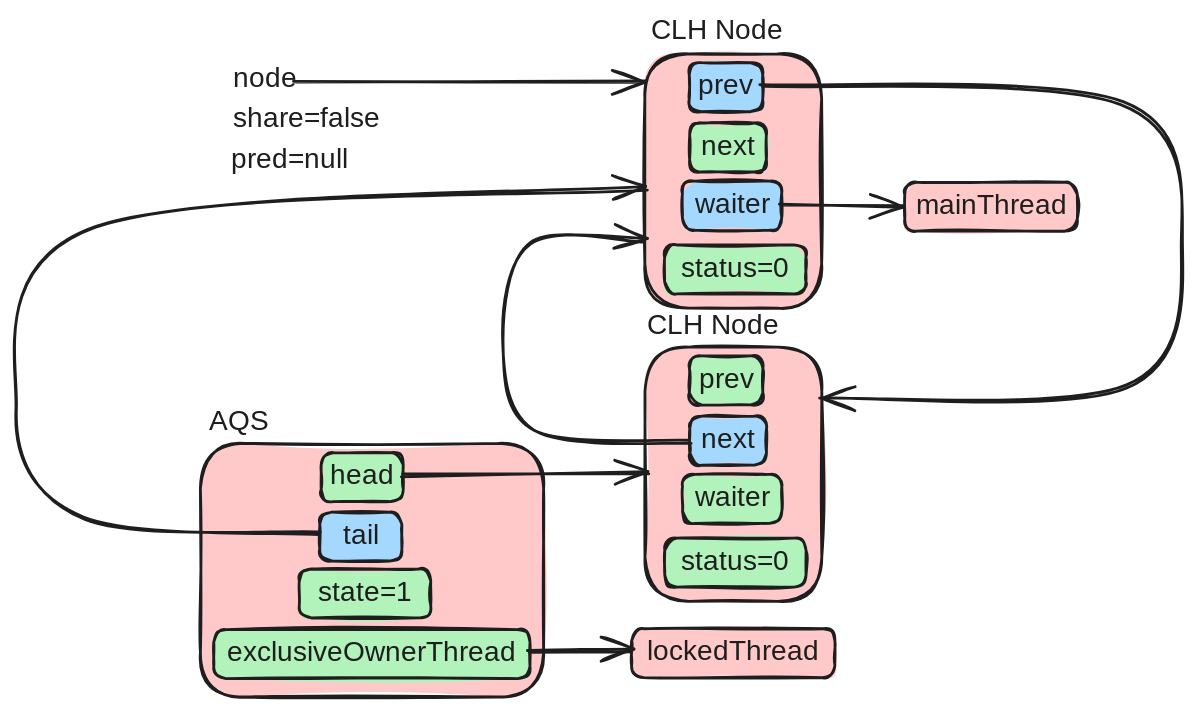
The Excalidraw diagram docs/Java/Concurrency/Sync/AQS_Multithread_LockedThread_Lock_Acquire_3.excalidraw.svg in Xianzhan/xianzhan.github.io, before a commit. Source tidied: one line per element, renumbered; positions are measured from the earlier drawing's top-left corner, leaving out a move shared by most shapes. Source of this version:
```json
{"id": 0, "type": "rectangle", "strokeColor": "#1e1e1e", "backgroundColor": "#ffc9c9", "fillStyle": "solid", "strokeWidth": 2, "roughness": 1, "round": true, "x": 132, "y": 307, "width": 245, "height": 181}
{"id": 1, "type": "rectangle", "strokeColor": "#1e1e1e", "backgroundColor": "#b2f2bb", "fillStyle": "solid", "strokeWidth": 2, "roughness": 1, "round": true, "x": 219, "y": 314, "width": 59, "height": 35}
{"id": 2, "type": "text", "text": "head", "strokeColor": "#1e1e1e", "backgroundColor": "#b2f2bb", "fillStyle": "solid", "strokeWidth": 2, "roughness": 1, "fontSize": 20, "fontFamily": 5, "textAlign": "center", "verticalAlign": "middle", "inside": 1, "x": 225, "y": 319, "width": 46, "height": 25}
{"id": 3, "type": "rectangle", "strokeColor": "#1e1e1e", "backgroundColor": "#a5d8ff", "fillStyle": "solid", "strokeWidth": 2, "roughness": 1, "round": true, "x": 218, "y": 356, "width": 59, "height": 35}
{"id": 4, "type": "text", "text": "tail", "strokeColor": "#1e1e1e", "backgroundColor": "#b2f2bb", "fillStyle": "solid", "strokeWidth": 2, "roughness": 1, "fontSize": 20, "fontFamily": 5, "textAlign": "center", "verticalAlign": "middle", "inside": 3, "x": 231, "y": 361, "width": 32, "height": 25}
{"id": 5, "type": "rectangle", "strokeColor": "#1e1e1e", "backgroundColor": "#b2f2bb", "fillStyle": "solid", "strokeWidth": 2, "roughness": 1, "round": true, "x": 203, "y": 397, "width": 94, "height": 35}
{"id": 6, "type": "text", "text": "state=1", "strokeColor": "#1e1e1e", "backgroundColor": "#b2f2bb", "fillStyle": "solid", "strokeWidth": 2, "roughness": 1, "fontSize": 20, "fontFamily": 5, "textAlign": "center", "verticalAlign": "middle", "inside": 5, "x": 213, "y": 402, "width": 75, "height": 25}
{"id": 7, "type": "rectangle", "strokeColor": "#1e1e1e", "backgroundColor": "#b2f2bb", "fillStyle": "solid", "strokeWidth": 2, "roughness": 1, "round": true, "x": 142, "y": 440, "width": 226, "height": 35}
{"id": 8, "type": "text", "text": "exclusiveOwnerThread", "strokeColor": "#1e1e1e", "backgroundColor": "#b2f2bb", "fillStyle": "solid", "strokeWidth": 2, "roughness": 1, "fontSize": 20, "fontFamily": 5, "textAlign": "center", "verticalAlign": "middle", "inside": 7, "x": 148, "y": 445, "width": 214, "height": 25}
{"id": 9, "type": "rectangle", "strokeColor": "#1e1e1e", "backgroundColor": "#ffc9c9", "fillStyle": "solid", "strokeWidth": 2, "roughness": 1, "round": true, "x": 440, "y": 439, "width": 145, "height": 35}
{"id": 10, "type": "text", "text": "lockedThread", "strokeColor": "#1e1e1e", "strokeWidth": 2, "roughness": 1, "fontSize": 20, "fontFamily": 5, "textAlign": "center", "verticalAlign": "middle", "inside": 9, "x": 448, "y": 444, "width": 131, "height": 25}
{"id": 11, "type": "arrow", "strokeColor": "#1e1e1e", "strokeWidth": 2, "roughness": 1, "endArrowhead": "arrow", "round": true, "from": 7, "to": 9, "x": 367, "y": 457, "width": 74, "height": 1, "points": [[0, 0], [74, -1]]}
{"id": 12, "type": "rectangle", "strokeColor": "#1e1e1e", "backgroundColor": "#ffc9c9", "fillStyle": "solid", "strokeWidth": 2, "roughness": 1, "round": true, "x": 450, "y": 238, "width": 126, "height": 182}
{"id": 13, "type": "rectangle", "strokeColor": "#1e1e1e", "backgroundColor": "#b2f2bb", "fillStyle": "solid", "strokeWidth": 2, "roughness": 1, "round": true, "x": 482, "y": 244, "width": 53, "height": 35}
{"id": 14, "type": "text", "text": "prev", "strokeColor": "#1e1e1e", "backgroundColor": "#ffc9c9", "fillStyle": "solid", "strokeWidth": 2, "roughness": 1, "fontSize": 20, "fontFamily": 5, "textAlign": "center", "verticalAlign": "middle", "inside": 13, "x": 488, "y": 249, "width": 40, "height": 25}
{"id": 15, "type": "rectangle", "strokeColor": "#1e1e1e", "backgroundColor": "#a5d8ff", "fillStyle": "solid", "strokeWidth": 2, "roughness": 1, "round": true, "x": 482, "y": 287, "width": 55, "height": 35}
{"id": 16, "type": "text", "text": "next", "strokeColor": "#1e1e1e", "backgroundColor": "#ffc9c9", "fillStyle": "solid", "strokeWidth": 2, "roughness": 1, "fontSize": 20, "fontFamily": 5, "textAlign": "center", "verticalAlign": "middle", "inside": 15, "x": 487, "y": 292, "width": 44, "height": 25}
{"id": 17, "type": "rectangle", "strokeColor": "#1e1e1e", "backgroundColor": "#b2f2bb", "fillStyle": "solid", "strokeWidth": 2, "roughness": 1, "round": true, "x": 477, "y": 329, "width": 71, "height": 35}
{"id": 18, "type": "text", "text": "waiter", "strokeColor": "#1e1e1e", "backgroundColor": "#ffc9c9", "fillStyle": "solid", "strokeWidth": 2, "roughness": 1, "fontSize": 20, "fontFamily": 5, "textAlign": "center", "verticalAlign": "middle", "inside": 17, "x": 482, "y": 334, "width": 60, "height": 25}
{"id": 19, "type": "rectangle", "strokeColor": "#1e1e1e", "backgroundColor": "#b2f2bb", "fillStyle": "solid", "strokeWidth": 2, "roughness": 1, "round": true, "x": 464, "y": 375, "width": 101, "height": 35}
{"id": 20, "type": "text", "text": "status=0", "strokeColor": "#1e1e1e", "backgroundColor": "#ffc9c9", "fillStyle": "solid", "strokeWidth": 2, "roughness": 1, "fontSize": 20, "fontFamily": 5, "textAlign": "center", "verticalAlign": "middle", "inside": 19, "x": 469, "y": 380, "width": 91, "height": 25}
{"id": 21, "type": "arrow", "strokeColor": "#1e1e1e", "backgroundColor": "#b2f2bb", "fillStyle": "solid", "strokeWidth": 2, "roughness": 1, "endArrowhead": "arrow", "round": true, "from": 1, "to": 12, "x": 276, "y": 330, "width": 176, "height": 2, "points": [[0, 0], [176, -2]]}
{"id": 22, "type": "text", "text": "node", "strokeColor": "#1e1e1e", "strokeWidth": 2, "roughness": 1, "fontSize": 20, "fontFamily": 5, "x": 155, "y": 35, "width": 45, "height": 25}
{"id": 23, "type": "text", "text": "share=false", "strokeColor": "#1e1e1e", "strokeWidth": 2, "roughness": 1, "fontSize": 20, "fontFamily": 5, "x": 155, "y": 63, "width": 111, "height": 25}
{"id": 24, "type": "rectangle", "strokeColor": "#1e1e1e", "backgroundColor": "#ffc9c9", "fillStyle": "solid", "strokeWidth": 2, "roughness": 1, "round": true, "x": 450, "y": 28, "width": 126, "height": 182}
{"id": 25, "type": "rectangle", "strokeColor": "#1e1e1e", "backgroundColor": "#a5d8ff", "fillStyle": "solid", "strokeWidth": 2, "roughness": 1, "round": true, "x": 482, "y": 35, "width": 53, "height": 35}
{"id": 26, "type": "text", "text": "prev", "strokeColor": "#1e1e1e", "backgroundColor": "#ffc9c9", "fillStyle": "solid", "strokeWidth": 2, "roughness": 1, "fontSize": 20, "fontFamily": 5, "textAlign": "center", "verticalAlign": "middle", "inside": 25, "x": 488, "y": 40, "width": 40, "height": 25}
{"id": 27, "type": "rectangle", "strokeColor": "#1e1e1e", "backgroundColor": "#b2f2bb", "fillStyle": "solid", "strokeWidth": 2, "roughness": 1, "round": true, "x": 482, "y": 78, "width": 55, "height": 35}
{"id": 28, "type": "text", "text": "next", "strokeColor": "#1e1e1e", "backgroundColor": "#ffc9c9", "fillStyle": "solid", "strokeWidth": 2, "roughness": 1, "fontSize": 20, "fontFamily": 5, "textAlign": "center", "verticalAlign": "middle", "inside": 27, "x": 487, "y": 83, "width": 44, "height": 25}
{"id": 29, "type": "rectangle", "strokeColor": "#1e1e1e", "backgroundColor": "#a5d8ff", "fillStyle": "solid", "strokeWidth": 2, "roughness": 1, "round": true, "x": 477, "y": 119, "width": 71, "height": 35}
{"id": 30, "type": "text", "text": "waiter", "strokeColor": "#1e1e1e", "backgroundColor": "#ffc9c9", "fillStyle": "solid", "strokeWidth": 2, "roughness": 1, "fontSize": 20, "fontFamily": 5, "textAlign": "center", "verticalAlign": "middle", "inside": 29, "x": 482, "y": 124, "width": 60, "height": 25}
{"id": 31, "type": "rectangle", "strokeColor": "#1e1e1e", "backgroundColor": "#b2f2bb", "fillStyle": "solid", "strokeWidth": 2, "roughness": 1, "round": true, "x": 464, "y": 165, "width": 101, "height": 35}
{"id": 32, "type": "text", "text": "status=0", "strokeColor": "#1e1e1e", "backgroundColor": "#ffc9c9", "fillStyle": "solid", "strokeWidth": 2, "roughness": 1, "fontSize": 20, "fontFamily": 5, "textAlign": "center", "verticalAlign": "middle", "inside": 31, "x": 469, "y": 170, "width": 91, "height": 25}
{"id": 33, "type": "arrow", "strokeColor": "#1e1e1e", "backgroundColor": "#a5d8ff", "fillStyle": "solid", "strokeWidth": 2, "roughness": 1, "endArrowhead": "arrow", "round": true, "from": 22, "to": 24, "x": 200, "y": 48, "width": 251, "height": 1, "points": [[0, 0], [251, 1]]}
{"id": 34, "type": "text", "text": "pred=null", "strokeColor": "#1e1e1e", "strokeWidth": 2, "roughness": 1, "fontSize": 20, "fontFamily": 5, "x": 154, "y": 92, "width": 83, "height": 25}
{"id": 35, "type": "rectangle", "strokeColor": "#1e1e1e", "backgroundColor": "#ffc9c9", "fillStyle": "solid", "strokeWidth": 2, "roughness": 1, "round": true, "x": 636, "y": 120, "width": 123, "height": 35}
{"id": 36, "type": "text", "text": "mainThread", "strokeColor": "#1e1e1e", "strokeWidth": 2, "roughness": 1, "fontSize": 20, "fontFamily": 5, "textAlign": "center", "verticalAlign": "middle", "inside": 35, "x": 642, "y": 125, "width": 111, "height": 25}
{"id": 37, "type": "arrow", "strokeColor": "#1e1e1e", "backgroundColor": "#ffc9c9", "fillStyle": "solid", "strokeWidth": 2, "roughness": 1, "endArrowhead": "arrow", "round": true, "from": 29, "to": 35, "x": 548, "y": 136, "width": 88, "height": 2, "points": [[0, 0], [88, 2]]}
{"id": 38, "type": "arrow", "strokeColor": "#1e1e1e", "backgroundColor": "#b2f2bb", "fillStyle": "solid", "strokeWidth": 2, "roughness": 1, "endArrowhead": "arrow", "round": true, "from": 25, "to": 12, "x": 534, "y": 52, "width": 301, "height": 223, "points": [[0, 0], [257, 13], [301, 116], [261, 215], [41, 223]]}
{"id": 39, "type": "arrow", "strokeColor": "#1e1e1e", "backgroundColor": "#a5d8ff", "fillStyle": "solid", "strokeWidth": 2, "roughness": 1, "endArrowhead": "arrow", "round": true, "from": 15, "to": 31, "x": 482, "y": 305, "width": 134, "height": 143, "points": [[0, 0], [-110, -7], [-134, -69], [-113, -143], [-32, -143]]}
{"id": 40, "type": "arrow", "strokeColor": "#1e1e1e", "strokeWidth": 2, "roughness": 1, "endArrowhead": "arrow", "round": true, "from": 3, "to": 24, "x": 217, "y": 371, "width": 451, "height": 247, "points": [[0, 0], [-167, -11], [-217, -89], [-158, -219], [235, -247]]}
{"id": 41, "type": "text", "text": "AQS", "strokeColor": "#1e1e1e", "strokeWidth": 2, "roughness": 1, "fontSize": 20, "fontFamily": 5, "x": 138, "y": 280, "width": 41, "height": 25}
{"id": 42, "type": "text", "text": "CLH Node", "strokeColor": "#1e1e1e", "strokeWidth": 2, "roughness": 1, "fontSize": 20, "fontFamily": 5, "x": 454, "y": 0, "width": 90, "height": 25}
{"id": 43, "type": "text", "text": "CLH Node", "strokeColor": "#1e1e1e", "strokeWidth": 2, "roughness": 1, "fontSize": 20, "fontFamily": 5, "x": 452, "y": 211, "width": 90, "height": 25}
```
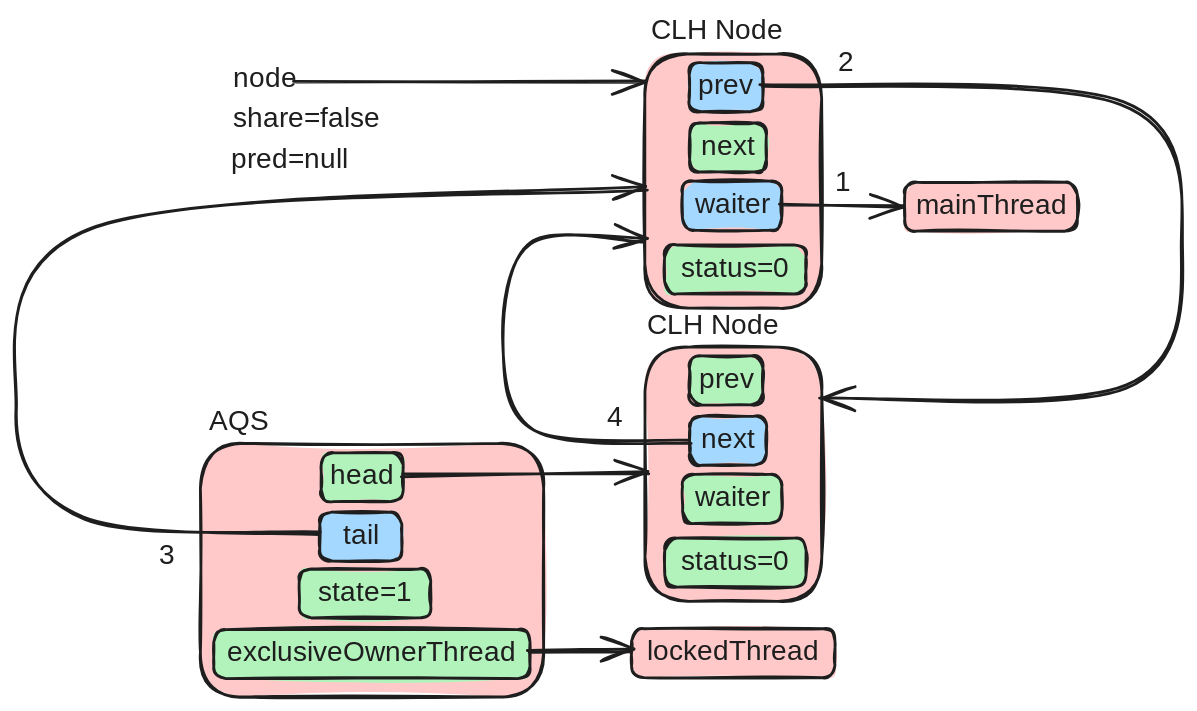
The same diagram one commit later.

Change to the diagram source:
```diff
@@ -42,3 +42,7 @@
 {"id": 41, "type": "text", "text": "AQS", "strokeColor": "#1e1e1e", "strokeWidth": 2, "roughness": 1, "fontSize": 20, "fontFamily": 5, "x": 138, "y": 280, "width": 41, "height": 25}
 {"id": 42, "type": "text", "text": "CLH Node", "strokeColor": "#1e1e1e", "strokeWidth": 2, "roughness": 1, "fontSize": 20, "fontFamily": 5, "x": 454, "y": 0, "width": 90, "height": 25}
 {"id": 43, "type": "text", "text": "CLH Node", "strokeColor": "#1e1e1e", "strokeWidth": 2, "roughness": 1, "fontSize": 20, "fontFamily": 5, "x": 452, "y": 211, "width": 90, "height": 25}
+{"id": 44, "type": "text", "text": "1", "strokeColor": "#1e1e1e", "strokeWidth": 2, "roughness": 1, "fontSize": 20, "fontFamily": 5, "x": 586, "y": 109, "width": 9, "height": 25}
+{"id": 45, "type": "text", "text": "2", "strokeColor": "#1e1e1e", "strokeWidth": 2, "roughness": 1, "fontSize": 20, "fontFamily": 5, "x": 588, "y": 23, "width": 14, "height": 25}
+{"id": 46, "type": "text", "text": "3", "strokeColor": "#1e1e1e", "strokeWidth": 2, "roughness": 1, "fontSize": 20, "fontFamily": 5, "x": 103, "y": 376, "width": 12, "height": 25}
+{"id": 47, "type": "text", "text": "4", "strokeColor": "#1e1e1e", "strokeWidth": 2, "roughness": 1, "fontSize": 20, "fontFamily": 5, "x": 422, "y": 277, "width": 12, "height": 25}
```
